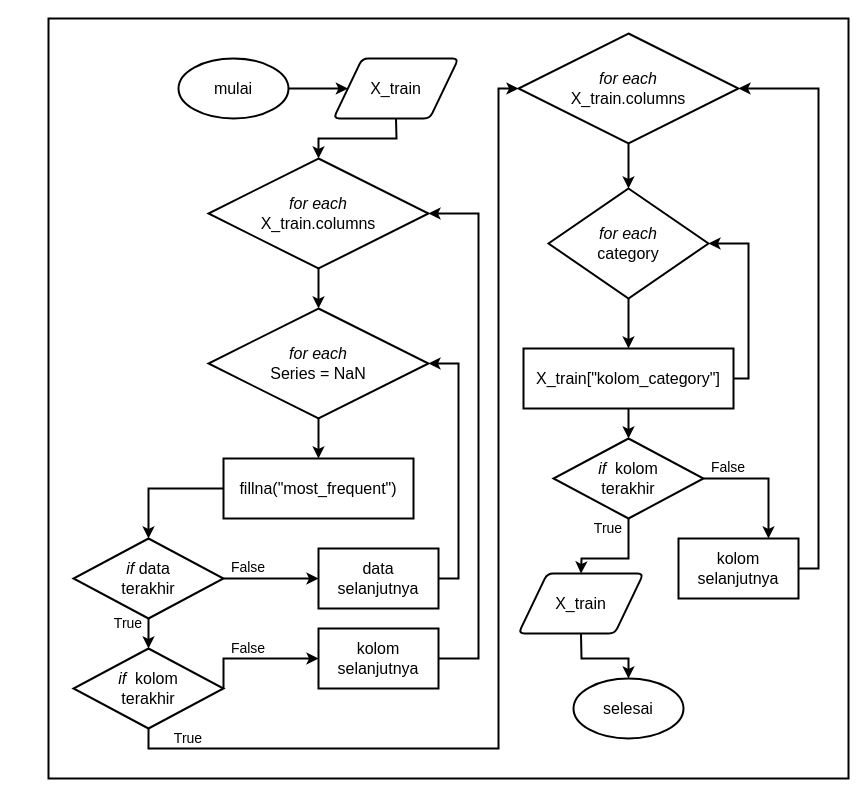
Above: Images/flowchart_prep_categoric.drawio in rshby/skripsi (draw.io), before the change. Source tidied: cells renumbered, new cells numbered last; positions are measured from the earlier drawing's top-left corner, leaving out a move shared by most shapes. Both pictures are drawn from the tidied source at 100%, with x=0, y=0 at pixel (48, 18).
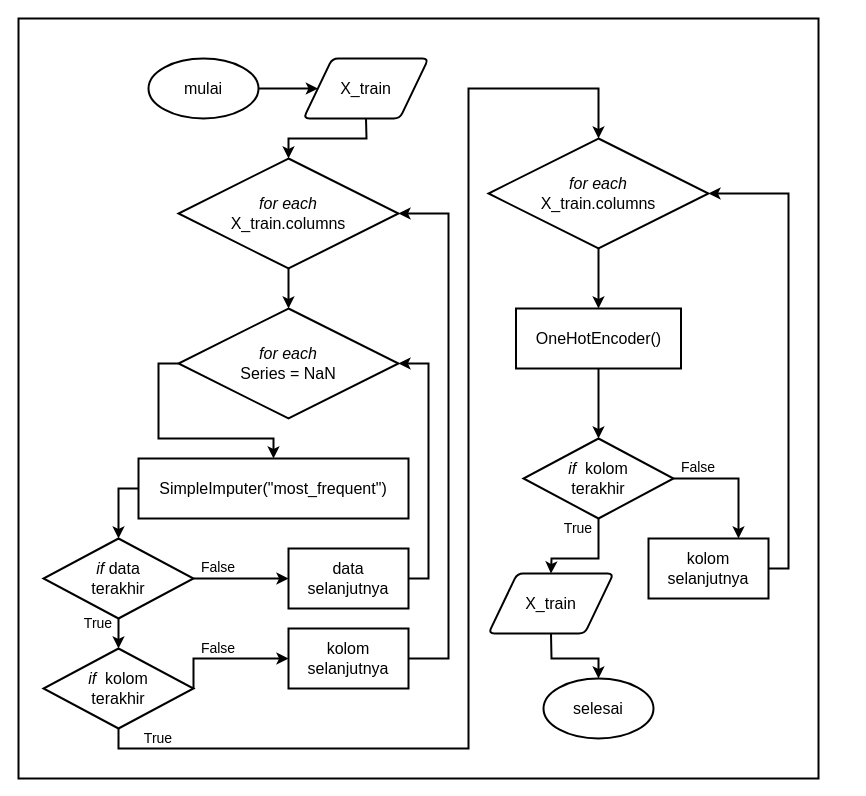
After the change.

Change to the diagram source:
```diff
@@
-    <mxCell id="2" style="group;" parent="1" vertex="1">
-      <mxGeometry width="800" height="760" as="geometry" />
-    </mxCell>
+    <mxCell id="45" style="group;" parent="1" vertex="1">
+      <mxGeometry x="-30" width="800" height="760" as="geometry" />
+    </mxCell>
-    <mxCell id="3" style="rounded=0;whiteSpace=wrap;html=1;strokeWidth=2;" parent="2" vertex="1">
+    <mxCell id="3" style="rounded=0;whiteSpace=wrap;html=1;strokeWidth=2;" parent="45" vertex="1">
       <mxGeometry width="800" height="760" as="geometry" />
     </mxCell>
-    <mxCell id="4" value="&lt;font style=&quot;font-size: 16px&quot;&gt;mulai&lt;/font&gt;" style="ellipse;whiteSpace=wrap;html=1;strokeWidth=2;" parent="2" vertex="1">
+    <mxCell id="4" value="&lt;font style=&quot;font-size: 16px&quot;&gt;mulai&lt;/font&gt;" style="ellipse;whiteSpace=wrap;html=1;strokeWidth=2;" parent="45" vertex="1">
       <mxGeometry x="130" y="40" width="110" height="60" as="geometry" />
     </mxCell>
-    <mxCell id="5" value="&lt;font style=&quot;font-size: 16px&quot;&gt;selesai&lt;/font&gt;" style="ellipse;whiteSpace=wrap;html=1;strokeWidth=2;" parent="2" vertex="1">
+    <mxCell id="5" value="&lt;font style=&quot;font-size: 16px&quot;&gt;selesai&lt;/font&gt;" style="ellipse;whiteSpace=wrap;html=1;strokeWidth=2;" parent="45" vertex="1">
       <mxGeometry x="525" y="660" width="110" height="60" as="geometry" />
     </mxCell>
-    <mxCell id="6" value="&lt;font style=&quot;font-size: 16px&quot;&gt;X_train&lt;/font&gt;" style="shape=parallelogram;html=1;strokeWidth=2;perimeter=parallelogramPerimeter;whiteSpace=wrap;rounded=1;arcSize=12;size=0.23;" parent="2" vertex="1">
+    <mxCell id="6" value="&lt;font style=&quot;font-size: 16px&quot;&gt;X_train&lt;/font&gt;" style="shape=parallelogram;html=1;strokeWidth=2;perimeter=parallelogramPerimeter;whiteSpace=wrap;rounded=1;arcSize=12;size=0.23;" parent="45" vertex="1">
       <mxGeometry x="285" y="40" width="125" height="60" as="geometry" />
     </mxCell>
-    <mxCell id="7" value="&lt;font style=&quot;font-size: 16px&quot;&gt;&lt;i&gt;for each&lt;/i&gt;&lt;br&gt;X_train.columns&lt;/font&gt;" style="rhombus;whiteSpace=wrap;html=1;strokeWidth=2;" parent="2" vertex="1">
+    <mxCell id="7" value="&lt;font style=&quot;font-size: 16px&quot;&gt;&lt;i&gt;for each&lt;/i&gt;&lt;br&gt;X_train.columns&lt;/font&gt;" style="rhombus;whiteSpace=wrap;html=1;strokeWidth=2;" parent="45" vertex="1">
       <mxGeometry x="160" y="140" width="220" height="110" as="geometry" />
     </mxCell>
-    <mxCell id="8" style="endArrow=classic;html=1;exitX=1;exitY=0.5;exitDx=0;exitDy=0;strokeWidth=2;entryX=0;entryY=0.5;entryDx=0;entryDy=0;" parent="2" edge="1" source="4" target="6">
+    <mxCell id="8" style="endArrow=classic;html=1;exitX=1;exitY=0.5;exitDx=0;exitDy=0;strokeWidth=2;entryX=0;entryY=0.5;entryDx=0;entryDy=0;" parent="45" edge="1" source="4" target="6">
       <mxGeometry as="geometry" />
     </mxCell>
-    <mxCell id="9" style="endArrow=classic;html=1;strokeWidth=2;exitX=0.5;exitY=1;exitDx=0;exitDy=0;entryX=0.5;entryY=0;entryDx=0;entryDy=0;rounded=0;" parent="2" edge="1" source="6" target="7">
+    <mxCell id="9" style="endArrow=classic;html=1;strokeWidth=2;exitX=0.5;exitY=1;exitDx=0;exitDy=0;entryX=0.5;entryY=0;entryDx=0;entryDy=0;rounded=0;" parent="45" edge="1" source="6" target="7">
       <mxGeometry as="geometry">
         <Array as="points">
           <mxPoint x="348" y="120" />
           <mxPoint x="270" y="120" />
         </Array>
       </mxGeometry>
     </mxCell>
-    <mxCell id="10" value="&lt;font style=&quot;font-size: 16px&quot;&gt;&lt;i&gt;for each&lt;/i&gt;&lt;br&gt;Series = NaN&lt;/font&gt;" style="rhombus;whiteSpace=wrap;html=1;strokeWidth=2;" parent="2" vertex="1">
+    <mxCell id="10" value="&lt;font style=&quot;font-size: 16px&quot;&gt;&lt;i&gt;for each&lt;/i&gt;&lt;br&gt;Series = NaN&lt;/font&gt;" style="rhombus;whiteSpace=wrap;html=1;strokeWidth=2;" parent="45" vertex="1">
       <mxGeometry x="160" y="290" width="220" height="110" as="geometry" />
     </mxCell>
-    <mxCell id="11" style="endArrow=classic;html=1;strokeWidth=2;exitX=0.5;exitY=1;exitDx=0;exitDy=0;entryX=0.5;entryY=0;entryDx=0;entryDy=0;" parent="2" edge="1" source="7" target="10">
+    <mxCell id="11" style="endArrow=classic;html=1;strokeWidth=2;exitX=0.5;exitY=1;exitDx=0;exitDy=0;entryX=0.5;entryY=0;entryDx=0;entryDy=0;" parent="45" edge="1" source="7" target="10">
       <mxGeometry as="geometry" />
     </mxCell>
-    <mxCell id="12" value="&lt;font style=&quot;font-size: 16px&quot;&gt;fillna(&quot;most_frequent&quot;)&lt;/font&gt;" style="rounded=0;whiteSpace=wrap;html=1;strokeWidth=2;" parent="2" vertex="1">
-      <mxGeometry x="175" y="440" width="190" height="60" as="geometry" />
+    <mxCell id="12" value="&lt;font style=&quot;font-size: 16px&quot;&gt;SimpleImputer(&quot;most_frequent&quot;)&lt;/font&gt;" style="rounded=0;whiteSpace=wrap;html=1;strokeWidth=2;" parent="45" vertex="1">
+      <mxGeometry x="120" y="440" width="270" height="60" as="geometry" />
     </mxCell>
-    <mxCell id="13" style="endArrow=classic;html=1;strokeWidth=2;exitX=0.5;exitY=1;exitDx=0;exitDy=0;entryX=0.5;entryY=0;entryDx=0;entryDy=0;" parent="2" edge="1" source="10" target="12">
-      <mxGeometry as="geometry" />
+    <mxCell id="13" style="endArrow=classic;html=1;strokeWidth=2;exitX=0;exitY=0.5;exitDx=0;exitDy=0;entryX=0.5;entryY=0;entryDx=0;entryDy=0;rounded=0;" parent="45" edge="1" source="10" target="12">
+      <mxGeometry as="geometry">
+        <Array as="points">
+          <mxPoint x="140" y="345" />
+          <mxPoint x="140" y="420" />
+          <mxPoint x="255" y="420" />
+        </Array>
+      </mxGeometry>
     </mxCell>
-    <mxCell id="14" value="&lt;font style=&quot;font-size: 16px&quot;&gt;&lt;i&gt;if&lt;/i&gt;&amp;nbsp;data&lt;br&gt;terakhir&lt;/font&gt;" style="rhombus;whiteSpace=wrap;html=1;strokeWidth=2;" parent="2" vertex="1">
+    <mxCell id="14" value="&lt;font style=&quot;font-size: 16px&quot;&gt;&lt;i&gt;if&lt;/i&gt;&amp;nbsp;data&lt;br&gt;terakhir&lt;/font&gt;" style="rhombus;whiteSpace=wrap;html=1;strokeWidth=2;" parent="45" vertex="1">
       <mxGeometry x="25" y="520" width="150" height="80" as="geometry" />
     </mxCell>
-    <mxCell id="15" value="&lt;font style=&quot;font-size: 16px&quot;&gt;data&lt;br&gt;selanjutnya&lt;/font&gt;" style="rounded=0;whiteSpace=wrap;html=1;strokeWidth=2;" parent="2" vertex="1">
+    <mxCell id="15" value="&lt;font style=&quot;font-size: 16px&quot;&gt;data&lt;br&gt;selanjutnya&lt;/font&gt;" style="rounded=0;whiteSpace=wrap;html=1;strokeWidth=2;" parent="45" vertex="1">
       <mxGeometry x="270" y="530" width="120" height="60" as="geometry" />
     </mxCell>
-    <mxCell id="16" value="&lt;font style=&quot;font-size: 16px&quot;&gt;&lt;i&gt;if&lt;/i&gt;&amp;nbsp; kolom&lt;br&gt;terakhir&lt;/font&gt;" style="rhombus;whiteSpace=wrap;html=1;strokeWidth=2;" parent="2" vertex="1">
+    <mxCell id="16" value="&lt;font style=&quot;font-size: 16px&quot;&gt;&lt;i&gt;if&lt;/i&gt;&amp;nbsp; kolom&lt;br&gt;terakhir&lt;/font&gt;" style="rhombus;whiteSpace=wrap;html=1;strokeWidth=2;" parent="45" vertex="1">
       <mxGeometry x="25" y="630" width="150" height="80" as="geometry" />
     </mxCell>
-    <mxCell id="17" value="&lt;font style=&quot;font-size: 16px&quot;&gt;kolom&lt;br&gt;selanjutnya&lt;/font&gt;" style="rounded=0;whiteSpace=wrap;html=1;strokeWidth=2;" parent="2" vertex="1">
+    <mxCell id="17" value="&lt;font style=&quot;font-size: 16px&quot;&gt;kolom&lt;br&gt;selanjutnya&lt;/font&gt;" style="rounded=0;whiteSpace=wrap;html=1;strokeWidth=2;" parent="45" vertex="1">
       <mxGeometry x="270" y="610" width="120" height="60" as="geometry" />
     </mxCell>
-    <mxCell id="18" style="endArrow=classic;html=1;strokeWidth=2;exitX=0;exitY=0.5;exitDx=0;exitDy=0;entryX=0.5;entryY=0;entryDx=0;entryDy=0;rounded=0;" parent="2" edge="1" source="12" target="14">
+    <mxCell id="18" style="endArrow=classic;html=1;strokeWidth=2;exitX=0;exitY=0.5;exitDx=0;exitDy=0;entryX=0.5;entryY=0;entryDx=0;entryDy=0;rounded=0;" parent="45" edge="1" source="12" target="14">
       <mxGeometry as="geometry">
         <Array as="points">
           <mxPoint x="100" y="470" />
         </Array>
       </mxGeometry>
     </mxCell>
-    <mxCell id="19" style="endArrow=classic;html=1;strokeWidth=2;exitX=1;exitY=0.5;exitDx=0;exitDy=0;entryX=1;entryY=0.5;entryDx=0;entryDy=0;rounded=0;" parent="2" edge="1" source="15" target="10">
+    <mxCell id="19" style="endArrow=classic;html=1;strokeWidth=2;exitX=1;exitY=0.5;exitDx=0;exitDy=0;entryX=1;entryY=0.5;entryDx=0;entryDy=0;rounded=0;" parent="45" edge="1" source="15" target="10">
       <mxGeometry as="geometry">
         <Array as="points">
           <mxPoint x="410" y="560" />
           <mxPoint x="410" y="345" />
         </Array>
       </mxGeometry>
     </mxCell>
-    <mxCell id="20" style="endArrow=classic;html=1;strokeWidth=2;exitX=1;exitY=0.5;exitDx=0;exitDy=0;entryX=1;entryY=0.5;entryDx=0;entryDy=0;rounded=0;" parent="2" edge="1" source="17" target="7">
+    <mxCell id="20" style="endArrow=classic;html=1;strokeWidth=2;exitX=1;exitY=0.5;exitDx=0;exitDy=0;entryX=1;entryY=0.5;entryDx=0;entryDy=0;rounded=0;" parent="45" edge="1" source="17" target="7">
       <mxGeometry as="geometry">
         <Array as="points">
           <mxPoint x="430" y="640" />
           <mxPoint x="430" y="195" />
         </Array>
       </mxGeometry>
     </mxCell>
-    <mxCell id="21" style="endArrow=classic;html=1;strokeWidth=2;exitX=1;exitY=0.5;exitDx=0;exitDy=0;entryX=0;entryY=0.5;entryDx=0;entryDy=0;" parent="2" edge="1" source="14" target="15">
+    <mxCell id="21" style="endArrow=classic;html=1;strokeWidth=2;exitX=1;exitY=0.5;exitDx=0;exitDy=0;entryX=0;entryY=0.5;entryDx=0;entryDy=0;" parent="45" edge="1" source="14" target="15">
       <mxGeometry as="geometry" />
     </mxCell>
-    <mxCell id="22" style="endArrow=classic;html=1;strokeWidth=2;exitX=0.5;exitY=1;exitDx=0;exitDy=0;" parent="2" edge="1" source="14">
+    <mxCell id="22" style="endArrow=classic;html=1;strokeWidth=2;exitX=0.5;exitY=1;exitDx=0;exitDy=0;" parent="45" edge="1" source="14">
       <mxGeometry as="geometry">
         <mxPoint x="100" y="630" as="targetPoint" />
       </mxGeometry>
     </mxCell>
-    <mxCell id="23" style="endArrow=classic;html=1;strokeWidth=2;exitX=1;exitY=0.5;exitDx=0;exitDy=0;entryX=0;entryY=0.5;entryDx=0;entryDy=0;rounded=0;" parent="2" edge="1" source="16" target="17">
+    <mxCell id="23" style="endArrow=classic;html=1;strokeWidth=2;exitX=1;exitY=0.5;exitDx=0;exitDy=0;entryX=0;entryY=0.5;entryDx=0;entryDy=0;rounded=0;" parent="45" edge="1" source="16" target="17">
       <mxGeometry as="geometry">
         <Array as="points">
           <mxPoint x="175" y="640" />
         </Array>
       </mxGeometry>
     </mxCell>
-    <mxCell id="24" value="&lt;font style=&quot;font-size: 16px&quot;&gt;&lt;i&gt;for each&lt;/i&gt;&lt;br&gt;X_train.columns&lt;/font&gt;" style="rhombus;whiteSpace=wrap;html=1;strokeWidth=2;" parent="2" vertex="1">
-      <mxGeometry x="470" y="15" width="220" height="110" as="geometry" />
+    <mxCell id="24" value="&lt;font style=&quot;font-size: 16px&quot;&gt;&lt;i&gt;for each&lt;/i&gt;&lt;br&gt;X_train.columns&lt;/font&gt;" style="rhombus;whiteSpace=wrap;html=1;strokeWidth=2;" parent="45" vertex="1">
+      <mxGeometry x="470" y="120" width="220" height="110" as="geometry" />
     </mxCell>
-    <mxCell id="25" style="endArrow=classic;html=1;strokeWidth=2;exitX=0.5;exitY=1;exitDx=0;exitDy=0;entryX=0;entryY=0.5;entryDx=0;entryDy=0;rounded=0;" parent="2" edge="1" source="16" target="24">
+    <mxCell id="25" style="endArrow=classic;html=1;strokeWidth=2;exitX=0.5;exitY=1;exitDx=0;exitDy=0;entryX=0.5;entryY=0;entryDx=0;entryDy=0;rounded=0;" parent="45" edge="1" source="16" target="24">
       <mxGeometry as="geometry">
         <Array as="points">
           <mxPoint x="100" y="730" />
           <mxPoint x="450" y="730" />
           <mxPoint x="450" y="70" />
+          <mxPoint x="580" y="70" />
         </Array>
       </mxGeometry>
     </mxCell>
-    <mxCell id="26" value="&lt;font style=&quot;font-size: 16px&quot;&gt;&lt;i&gt;for each&lt;/i&gt;&lt;br&gt;category&lt;/font&gt;" style="rhombus;whiteSpace=wrap;html=1;strokeWidth=2;" parent="2" vertex="1">
-      <mxGeometry x="500" y="170" width="160" height="110" as="geometry" />
-    </mxCell>
-    <mxCell id="27" value="&lt;font style=&quot;font-size: 16px&quot;&gt;&lt;i&gt;if&lt;/i&gt;&amp;nbsp; kolom&lt;br&gt;terakhir&lt;/font&gt;" style="rhombus;whiteSpace=wrap;html=1;strokeWidth=2;" parent="2" vertex="1">
+    <mxCell id="27" value="&lt;font style=&quot;font-size: 16px&quot;&gt;&lt;i&gt;if&lt;/i&gt;&amp;nbsp; kolom&lt;br&gt;terakhir&lt;/font&gt;" style="rhombus;whiteSpace=wrap;html=1;strokeWidth=2;" parent="45" vertex="1">
       <mxGeometry x="505" y="420" width="150" height="80" as="geometry" />
     </mxCell>
-    <mxCell id="28" value="&lt;font style=&quot;font-size: 16px&quot;&gt;X_train[&quot;kolom_category&quot;]&lt;/font&gt;" style="rounded=0;whiteSpace=wrap;html=1;strokeWidth=2;" parent="2" vertex="1">
-      <mxGeometry x="475" y="330" width="210" height="60" as="geometry" />
+    <mxCell id="28" value="&lt;font style=&quot;font-size: 16px&quot;&gt;OneHotEncoder()&lt;/font&gt;" style="rounded=0;whiteSpace=wrap;html=1;strokeWidth=2;" parent="45" vertex="1">
+      <mxGeometry x="497.5" y="290" width="165" height="60" as="geometry" />
     </mxCell>
-    <mxCell id="29" value="&lt;font style=&quot;font-size: 16px&quot;&gt;kolom&lt;br&gt;selanjutnya&lt;/font&gt;" style="rounded=0;whiteSpace=wrap;html=1;strokeWidth=2;" parent="2" vertex="1">
+    <mxCell id="29" value="&lt;font style=&quot;font-size: 16px&quot;&gt;kolom&lt;br&gt;selanjutnya&lt;/font&gt;" style="rounded=0;whiteSpace=wrap;html=1;strokeWidth=2;" parent="45" vertex="1">
       <mxGeometry x="630" y="520" width="120" height="60" as="geometry" />
     </mxCell>
-    <mxCell id="30" style="endArrow=classic;html=1;strokeWidth=2;exitX=0.5;exitY=1;exitDx=0;exitDy=0;entryX=0.5;entryY=0;entryDx=0;entryDy=0;" parent="2" edge="1" source="24" target="26">
-      <mxGeometry as="geometry" />
-    </mxCell>
-    <mxCell id="31" style="endArrow=classic;html=1;strokeWidth=2;exitX=0.5;exitY=1;exitDx=0;exitDy=0;entryX=0.5;entryY=0;entryDx=0;entryDy=0;" parent="2" edge="1" source="26" target="28">
+    <mxCell id="31" style="endArrow=classic;html=1;strokeWidth=2;exitX=0.5;exitY=1;exitDx=0;exitDy=0;entryX=0.5;entryY=0;entryDx=0;entryDy=0;" parent="45" edge="1" source="24" target="28">
       <mxGeometry as="geometry" />
     </mxCell>
-    <mxCell id="32" style="endArrow=classic;html=1;strokeWidth=2;exitX=0.5;exitY=1;exitDx=0;exitDy=0;entryX=0.5;entryY=0;entryDx=0;entryDy=0;" parent="2" edge="1" source="28" target="27">
+    <mxCell id="32" style="endArrow=classic;html=1;strokeWidth=2;exitX=0.5;exitY=1;exitDx=0;exitDy=0;entryX=0.5;entryY=0;entryDx=0;entryDy=0;" parent="45" edge="1" source="28" target="27">
       <mxGeometry as="geometry" />
     </mxCell>
-    <mxCell id="33" style="endArrow=classic;html=1;strokeWidth=2;exitX=1;exitY=0.5;exitDx=0;exitDy=0;entryX=1;entryY=0.5;entryDx=0;entryDy=0;rounded=0;" parent="2" edge="1" source="28" target="26">
-      <mxGeometry as="geometry">
-        <Array as="points">
-          <mxPoint x="700" y="360" />
-          <mxPoint x="700" y="225" />
-        </Array>
-      </mxGeometry>
-    </mxCell>
-    <mxCell id="34" style="endArrow=classic;html=1;strokeWidth=2;exitX=1;exitY=0.5;exitDx=0;exitDy=0;entryX=0.75;entryY=0;entryDx=0;entryDy=0;rounded=0;" parent="2" edge="1" source="27" target="29">
+    <mxCell id="34" style="endArrow=classic;html=1;strokeWidth=2;exitX=1;exitY=0.5;exitDx=0;exitDy=0;entryX=0.75;entryY=0;entryDx=0;entryDy=0;rounded=0;" parent="45" edge="1" source="27" target="29">
       <mxGeometry as="geometry">
         <Array as="points">
           <mxPoint x="720" y="460" />
         </Array>
       </mxGeometry>
     </mxCell>
-    <mxCell id="35" style="endArrow=classic;html=1;strokeWidth=2;exitX=0.5;exitY=1;exitDx=0;exitDy=0;entryX=0.5;entryY=0;entryDx=0;entryDy=0;rounded=0;" parent="2" edge="1" source="27" target="43">
+    <mxCell id="35" style="endArrow=classic;html=1;strokeWidth=2;exitX=0.5;exitY=1;exitDx=0;exitDy=0;entryX=0.5;entryY=0;entryDx=0;entryDy=0;rounded=0;" parent="45" edge="1" source="27" target="43">
       <mxGeometry as="geometry">
         <Array as="points">
           <mxPoint x="580" y="540" />
           <mxPoint x="533" y="540" />
         </Array>
       </mxGeometry>
     </mxCell>
-    <mxCell id="36" style="endArrow=classic;html=1;strokeWidth=2;exitX=1;exitY=0.5;exitDx=0;exitDy=0;entryX=1;entryY=0.5;entryDx=0;entryDy=0;rounded=0;" parent="2" edge="1" source="29" target="24">
+    <mxCell id="36" style="endArrow=classic;html=1;strokeWidth=2;exitX=1;exitY=0.5;exitDx=0;exitDy=0;entryX=1;entryY=0.5;entryDx=0;entryDy=0;rounded=0;" parent="45" edge="1" source="29" target="24">
       <mxGeometry as="geometry">
         <Array as="points">
           <mxPoint x="770" y="550" />
-          <mxPoint x="770" y="70" />
+          <mxPoint x="770" y="175" />
         </Array>
       </mxGeometry>
     </mxCell>
-    <mxCell id="37" value="&lt;font style=&quot;font-size: 14px&quot;&gt;True&lt;/font&gt;" style="text;html=1;strokeColor=none;fillColor=none;align=center;verticalAlign=middle;whiteSpace=wrap;rounded=0;" parent="2" vertex="1">
+    <mxCell id="37" value="&lt;font style=&quot;font-size: 14px&quot;&gt;True&lt;/font&gt;" style="text;html=1;strokeColor=none;fillColor=none;align=center;verticalAlign=middle;whiteSpace=wrap;rounded=0;" parent="45" vertex="1">
       <mxGeometry x="60" y="595" width="40" height="20" as="geometry" />
     </mxCell>
-    <mxCell id="38" value="&lt;font style=&quot;font-size: 14px&quot;&gt;False&lt;/font&gt;" style="text;html=1;strokeColor=none;fillColor=none;align=center;verticalAlign=middle;whiteSpace=wrap;rounded=0;" parent="2" vertex="1">
+    <mxCell id="38" value="&lt;font style=&quot;font-size: 14px&quot;&gt;False&lt;/font&gt;" style="text;html=1;strokeColor=none;fillColor=none;align=center;verticalAlign=middle;whiteSpace=wrap;rounded=0;" parent="45" vertex="1">
       <mxGeometry x="180" y="539" width="40" height="20" as="geometry" />
     </mxCell>
-    <mxCell id="39" value="&lt;font style=&quot;font-size: 14px&quot;&gt;False&lt;/font&gt;" style="text;html=1;strokeColor=none;fillColor=none;align=center;verticalAlign=middle;whiteSpace=wrap;rounded=0;" parent="2" vertex="1">
+    <mxCell id="39" value="&lt;font style=&quot;font-size: 14px&quot;&gt;False&lt;/font&gt;" style="text;html=1;strokeColor=none;fillColor=none;align=center;verticalAlign=middle;whiteSpace=wrap;rounded=0;" parent="45" vertex="1">
       <mxGeometry x="180" y="620" width="40" height="20" as="geometry" />
     </mxCell>
-    <mxCell id="40" value="&lt;font style=&quot;font-size: 14px&quot;&gt;True&lt;/font&gt;" style="text;html=1;strokeColor=none;fillColor=none;align=center;verticalAlign=middle;whiteSpace=wrap;rounded=0;" parent="2" vertex="1">
+    <mxCell id="40" value="&lt;font style=&quot;font-size: 14px&quot;&gt;True&lt;/font&gt;" style="text;html=1;strokeColor=none;fillColor=none;align=center;verticalAlign=middle;whiteSpace=wrap;rounded=0;" parent="45" vertex="1">
       <mxGeometry x="120" y="710" width="40" height="20" as="geometry" />
     </mxCell>
-    <mxCell id="41" value="&lt;font style=&quot;font-size: 14px&quot;&gt;False&lt;/font&gt;" style="text;html=1;strokeColor=none;fillColor=none;align=center;verticalAlign=middle;whiteSpace=wrap;rounded=0;" parent="2" vertex="1">
+    <mxCell id="41" value="&lt;font style=&quot;font-size: 14px&quot;&gt;False&lt;/font&gt;" style="text;html=1;strokeColor=none;fillColor=none;align=center;verticalAlign=middle;whiteSpace=wrap;rounded=0;" parent="45" vertex="1">
       <mxGeometry x="660" y="439" width="40" height="20" as="geometry" />
     </mxCell>
-    <mxCell id="42" value="&lt;font style=&quot;font-size: 14px&quot;&gt;True&lt;/font&gt;" style="text;html=1;strokeColor=none;fillColor=none;align=center;verticalAlign=middle;whiteSpace=wrap;rounded=0;" parent="2" vertex="1">
+    <mxCell id="42" value="&lt;font style=&quot;font-size: 14px&quot;&gt;True&lt;/font&gt;" style="text;html=1;strokeColor=none;fillColor=none;align=center;verticalAlign=middle;whiteSpace=wrap;rounded=0;" parent="45" vertex="1">
       <mxGeometry x="540" y="500" width="40" height="20" as="geometry" />
     </mxCell>
-    <mxCell id="43" value="&lt;font style=&quot;font-size: 16px&quot;&gt;X_train&lt;/font&gt;" style="shape=parallelogram;html=1;strokeWidth=2;perimeter=parallelogramPerimeter;whiteSpace=wrap;rounded=1;arcSize=12;size=0.23;" parent="2" vertex="1">
+    <mxCell id="43" value="&lt;font style=&quot;font-size: 16px&quot;&gt;X_train&lt;/font&gt;" style="shape=parallelogram;html=1;strokeWidth=2;perimeter=parallelogramPerimeter;whiteSpace=wrap;rounded=1;arcSize=12;size=0.23;" parent="45" vertex="1">
       <mxGeometry x="470" y="555" width="125" height="60" as="geometry" />
     </mxCell>
-    <mxCell id="44" style="endArrow=classic;html=1;strokeWidth=2;exitX=0.5;exitY=1;exitDx=0;exitDy=0;entryX=0.5;entryY=0;entryDx=0;entryDy=0;rounded=0;" parent="2" edge="1" source="43" target="5">
-      <mxGeometry relative="1" as="geometry">
+    <mxCell id="44" style="endArrow=classic;html=1;strokeWidth=2;exitX=0.5;exitY=1;exitDx=0;exitDy=0;entryX=0.5;entryY=0;entryDx=0;entryDy=0;rounded=0;" parent="45" edge="1" source="43" target="5">
+      <mxGeometry as="geometry">
         <Array as="points">
           <mxPoint x="533" y="640" />
           <mxPoint x="580" y="640" />
         </Array>
       </mxGeometry>
     </mxCell>
```
